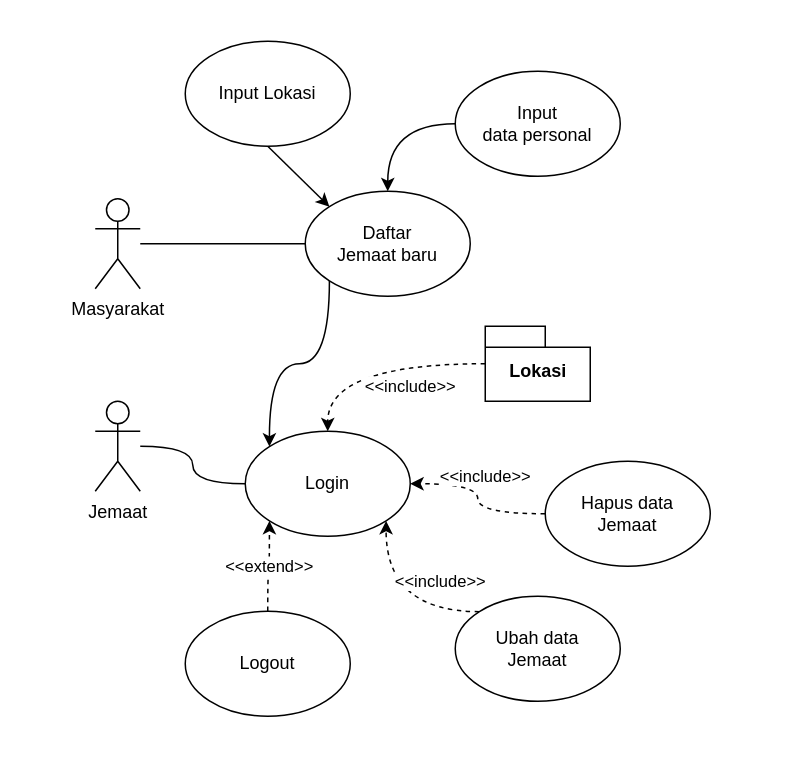
Earlier version of the draw.io diagram page "Page-1" (1 of 3) of UseCaseDiagram.drawio (Raymond-15/requirements). Source tidied: cells renumbered, new cells numbered last; positions are measured from the earlier drawing's top-left corner, leaving out a move shared by most shapes. Both pictures are drawn from the tidied source at 150%, with x=0, y=0 at pixel (94, 40).
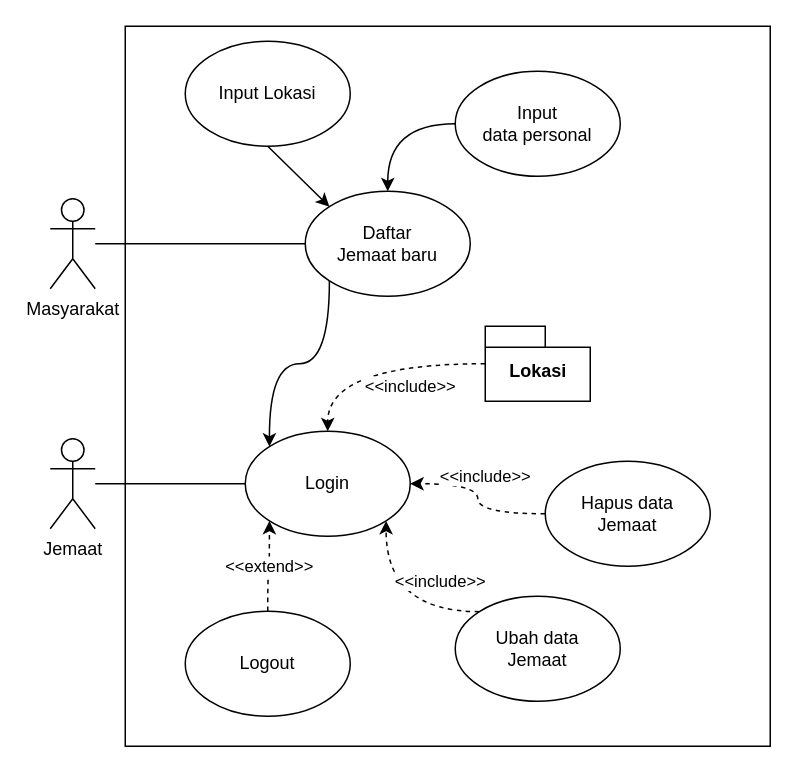
The same page after the edit.

The edit, as a diff of the source:
```diff
@@
+    <mxCell id="21" style="rounded=0;whiteSpace=wrap;html=1;fillColor=none;" parent="1" vertex="1">
+      <mxGeometry x="20" y="-10" width="430" height="480" as="geometry" />
+    </mxCell>
@@
     <mxCell id="4" value="Jemaat" style="shape=umlActor;verticalLabelPosition=bottom;verticalAlign=top;html=1;outlineConnect=0;" parent="1" vertex="1">
-      <mxGeometry y="240" width="30" height="60" as="geometry" />
+      <mxGeometry x="-30" y="265" width="30" height="60" as="geometry" />
     </mxCell>
@@
     <mxCell id="20" value="Masyarakat" style="shape=umlActor;verticalLabelPosition=bottom;verticalAlign=top;html=1;outlineConnect=0;" parent="1" vertex="1">
-      <mxGeometry y="105" width="30" height="60" as="geometry" />
+      <mxGeometry x="-30" y="105" width="30" height="60" as="geometry" />
     </mxCell>
```
